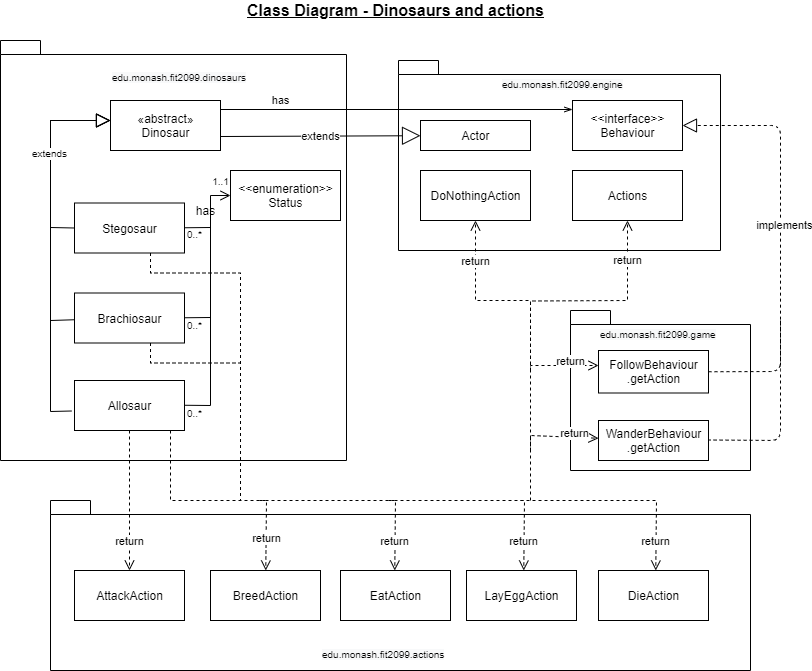
The draw.io diagram assignment_workings/ClassDiagram - dinosaurs and actions.png in mltw/fit2099-jurassic-park-2021, before a commit. Source tidied: cells renumbered, new cells last; positions are measured from the earlier drawing's top-left corner, leaving out a move shared by most shapes.
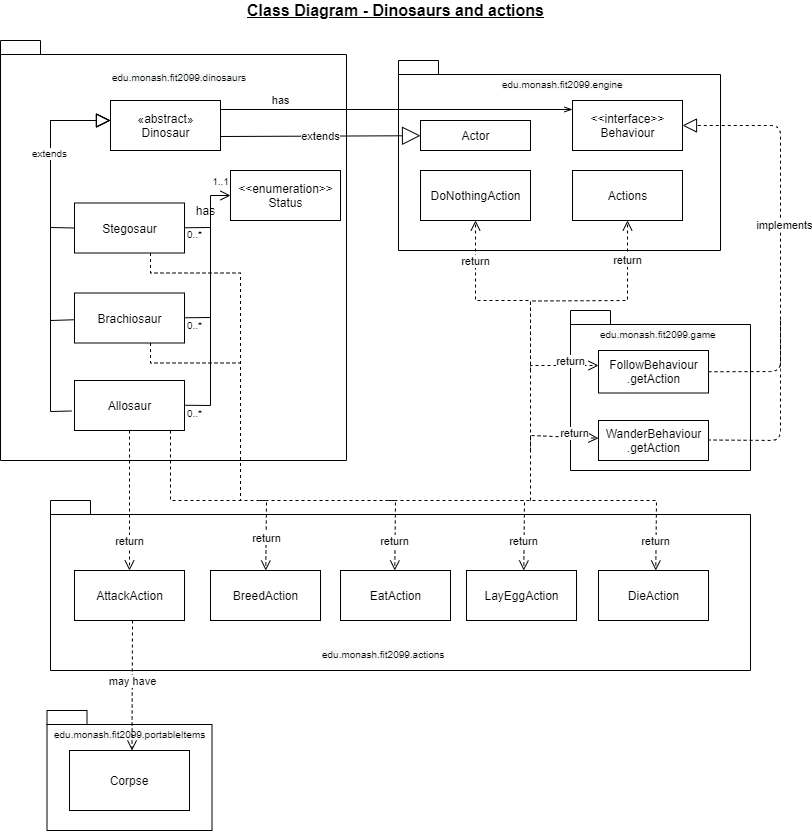
Above is the later version.

Commit message:
added Corpse class into class diagram

What changed in the source:
```diff
@@ -276,5 +276,19 @@
         </Array>
       </mxGeometry>
     </mxCell>
+    <mxCell id="55" style="shape=folder;fontStyle=1;spacingTop=10;tabWidth=40;tabHeight=14;tabPosition=left;html=1;" parent="1" vertex="1">
+      <mxGeometry x="46.5" y="710" width="165" height="120" as="geometry" />
+    </mxCell>
+    <mxCell id="56" value="Corpse" style="rounded=0;whiteSpace=wrap;html=1;" parent="1" vertex="1">
+      <mxGeometry x="69" y="750" width="120" height="60" as="geometry" />
+    </mxCell>
+    <mxCell id="57" value="&lt;span style=&quot;color: rgb(0 , 0 , 0) ; font-family: &amp;#34;helvetica&amp;#34; ; font-size: 10px ; font-style: normal ; font-weight: 400 ; letter-spacing: normal ; text-align: center ; text-indent: 0px ; text-transform: none ; word-spacing: 0px ; background-color: rgb(248 , 249 , 250) ; display: inline ; float: none&quot;&gt;edu.monash.fit2099.portableItems&lt;/span&gt;" style="text;whiteSpace=wrap;html=1;" parent="1" vertex="1">
+      <mxGeometry x="51.5" y="720" width="160" height="30" as="geometry" />
+    </mxCell>
+    <mxCell id="58" value="may have" style="html=1;verticalAlign=bottom;endArrow=open;dashed=1;endSize=8;entryX=0.5;entryY=1;entryDx=0;entryDy=0;" parent="1" edge="1" target="57">
+      <mxGeometry x="0.08" relative="1" as="geometry">
+        <mxPoint x="132" y="620" as="sourcePoint" />
+      </mxGeometry>
+    </mxCell>
   </root>
 </mxGraphModel>
```
